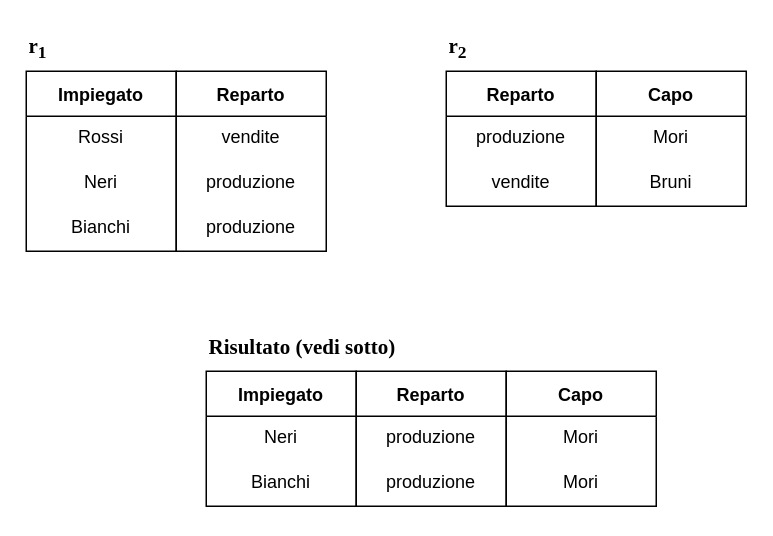
This is Basi di dati/Schemi/img/src/join_dangling.drawio from AndreVale69/CS_study-notes, a draw.io file, before an edit. Source tidied: cells renumbered, new cells numbered last; positions are measured from the earlier drawing's top-left corner, leaving out a move shared by most shapes. Both pictures are drawn from the tidied source at 150%, with x=0, y=0 at pixel (26, 26).
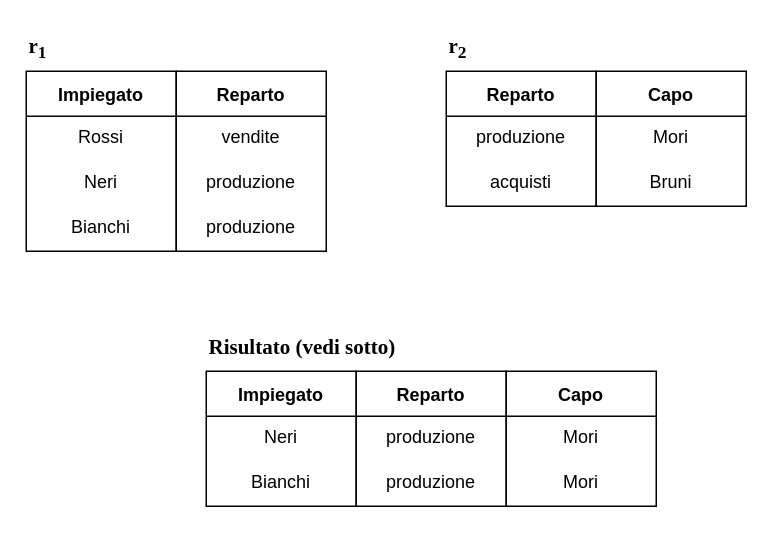
The same page after the edit.

Unchanged cells that the change refers to:
```xml
<mxCell id="11" value="Reparto" style="swimlane;startSize=30;fontStyle=1;" parent="1" vertex="1">
  <mxGeometry x="280" y="30" width="100" height="90" as="geometry" />
</mxCell>
```

The edit, as a diff of the source:
```diff
@@
-    <mxCell id="13" value="vendite" style="text;strokeColor=none;fillColor=none;spacingLeft=4;spacingRight=4;overflow=hidden;fontSize=12;align=center;" parent="11" vertex="1">
+    <mxCell id="13" value="acquisti" style="text;strokeColor=none;fillColor=none;spacingLeft=4;spacingRight=4;overflow=hidden;fontSize=12;align=center;" parent="11" vertex="1">
       <mxGeometry y="60" width="100" height="30" as="geometry" />
     </mxCell>
```
